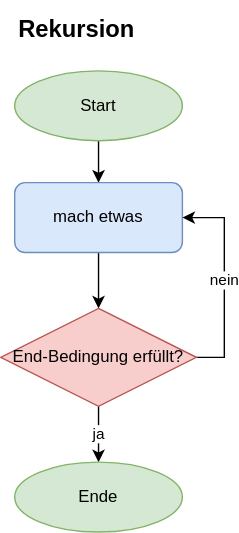
This is Portfolio/diagramme/rekursion.svg from jonahsebright/EFI, a draw.io export, as it was before one commit. Source tidied: cells renumbered, new cells last; positions are measured from the earlier drawing's top-left corner, leaving out a move shared by most shapes. Source of this version:
```xml
<mxGraphModel>
  <root>
    <mxCell id="0" />
    <mxCell id="1" parent="0" />
    <mxCell id="2" value="&lt;h1 style=&quot;font-size: 17px;&quot;&gt;Rekursion&lt;/h1&gt;&lt;p style=&quot;font-size: 17px;&quot;&gt;&lt;br style=&quot;font-size: 17px;&quot;&gt;&lt;/p&gt;" style="text;html=1;strokeColor=none;fillColor=none;spacing=5;spacingTop=-20;whiteSpace=wrap;overflow=hidden;rounded=0;fontSize=17;" parent="1" vertex="1">
      <mxGeometry x="7.5" width="120" height="30" as="geometry" />
    </mxCell>
    <mxCell id="3" style="edgeStyle=orthogonalEdgeStyle;rounded=0;jettySize=auto;html=1;entryX=0.5;entryY=0;entryDx=0;entryDy=0;" parent="1" edge="1" source="4" target="6">
      <mxGeometry relative="1" as="geometry" />
    </mxCell>
    <mxCell id="4" value="Start" style="ellipse;whiteSpace=wrap;html=1;fillColor=#d5e8d4;strokeColor=#82b366;" parent="1" vertex="1">
      <mxGeometry x="10" y="40" width="120" height="50" as="geometry" />
    </mxCell>
    <mxCell id="5" style="edgeStyle=orthogonalEdgeStyle;rounded=0;jettySize=auto;html=1;entryX=0.5;entryY=0;entryDx=0;entryDy=0;" parent="1" edge="1" source="6" target="9">
      <mxGeometry relative="1" as="geometry" />
    </mxCell>
    <mxCell id="6" value="mach etwas" style="rounded=1;whiteSpace=wrap;html=1;fillColor=#dae8fc;strokeColor=#6c8ebf;" parent="1" vertex="1">
      <mxGeometry x="10" y="120" width="120" height="50" as="geometry" />
    </mxCell>
    <mxCell id="7" value="nein" style="edgeStyle=orthogonalEdgeStyle;rounded=0;jettySize=auto;html=1;entryX=1;entryY=0.5;entryDx=0;entryDy=0;exitX=1;exitY=0.5;exitDx=0;exitDy=0;" parent="1" edge="1" source="9" target="6">
      <mxGeometry relative="1" as="geometry" />
    </mxCell>
    <mxCell id="8" value="ja" style="edgeStyle=orthogonalEdgeStyle;rounded=0;jettySize=auto;html=1;" parent="1" edge="1" source="9" target="10">
      <mxGeometry relative="1" as="geometry" />
    </mxCell>
    <mxCell id="9" value="End-Bedingung erfüllt?" style="rhombus;whiteSpace=wrap;html=1;fillColor=#f8cecc;strokeColor=#b85450;" parent="1" vertex="1">
      <mxGeometry y="210" width="140" height="70" as="geometry" />
    </mxCell>
    <mxCell id="10" value="Ende" style="ellipse;whiteSpace=wrap;html=1;fillColor=#d5e8d4;strokeColor=#82b366;" parent="1" vertex="1">
      <mxGeometry x="10" y="320" width="120" height="50" as="geometry" />
    </mxCell>
  </root>
</mxGraphModel>
```
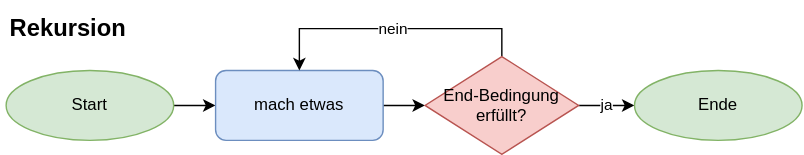
The same file after the commit.

Diff of the diagram source:
```diff
@@ -5,29 +5,35 @@
     <mxCell id="2" value="&lt;h1 style=&quot;font-size: 17px;&quot;&gt;Rekursion&lt;/h1&gt;&lt;p style=&quot;font-size: 17px;&quot;&gt;&lt;br style=&quot;font-size: 17px;&quot;&gt;&lt;/p&gt;" style="text;html=1;strokeColor=none;fillColor=none;spacing=5;spacingTop=-20;whiteSpace=wrap;overflow=hidden;rounded=0;fontSize=17;" parent="1" vertex="1">
       <mxGeometry x="7.5" width="120" height="30" as="geometry" />
     </mxCell>
-    <mxCell id="3" style="edgeStyle=orthogonalEdgeStyle;rounded=0;jettySize=auto;html=1;entryX=0.5;entryY=0;entryDx=0;entryDy=0;" parent="1" edge="1" source="4" target="6">
+    <mxCell id="3" style="edgeStyle=orthogonalEdgeStyle;rounded=0;jettySize=auto;html=1;entryX=0;entryY=0.5;entryDx=0;entryDy=0;" parent="1" edge="1" source="4" target="6">
       <mxGeometry relative="1" as="geometry" />
     </mxCell>
     <mxCell id="4" value="Start" style="ellipse;whiteSpace=wrap;html=1;fillColor=#d5e8d4;strokeColor=#82b366;" parent="1" vertex="1">
       <mxGeometry x="10" y="40" width="120" height="50" as="geometry" />
     </mxCell>
-    <mxCell id="5" style="edgeStyle=orthogonalEdgeStyle;rounded=0;jettySize=auto;html=1;entryX=0.5;entryY=0;entryDx=0;entryDy=0;" parent="1" edge="1" source="6" target="9">
+    <mxCell id="5" style="edgeStyle=orthogonalEdgeStyle;rounded=0;jettySize=auto;html=1;entryX=0;entryY=0.5;entryDx=0;entryDy=0;" parent="1" edge="1" source="6" target="9">
       <mxGeometry relative="1" as="geometry" />
     </mxCell>
     <mxCell id="6" value="mach etwas" style="rounded=1;whiteSpace=wrap;html=1;fillColor=#dae8fc;strokeColor=#6c8ebf;" parent="1" vertex="1">
-      <mxGeometry x="10" y="120" width="120" height="50" as="geometry" />
+      <mxGeometry x="160" y="40" width="120" height="50" as="geometry" />
     </mxCell>
-    <mxCell id="7" value="nein" style="edgeStyle=orthogonalEdgeStyle;rounded=0;jettySize=auto;html=1;entryX=1;entryY=0.5;entryDx=0;entryDy=0;exitX=1;exitY=0.5;exitDx=0;exitDy=0;" parent="1" edge="1" source="9" target="6">
-      <mxGeometry relative="1" as="geometry" />
+    <mxCell id="7" value="nein" style="edgeStyle=orthogonalEdgeStyle;rounded=0;jettySize=auto;html=1;exitX=0.5;exitY=0;exitDx=0;exitDy=0;" parent="1" edge="1" source="9">
+      <mxGeometry relative="1" as="geometry">
+        <mxPoint x="220" y="40" as="targetPoint" />
+        <Array as="points">
+          <mxPoint x="365" y="10" />
+          <mxPoint x="220" y="10" />
+        </Array>
+      </mxGeometry>
     </mxCell>
     <mxCell id="8" value="ja" style="edgeStyle=orthogonalEdgeStyle;rounded=0;jettySize=auto;html=1;" parent="1" edge="1" source="9" target="10">
       <mxGeometry relative="1" as="geometry" />
     </mxCell>
     <mxCell id="9" value="End-Bedingung erfüllt?" style="rhombus;whiteSpace=wrap;html=1;fillColor=#f8cecc;strokeColor=#b85450;" parent="1" vertex="1">
-      <mxGeometry y="210" width="140" height="70" as="geometry" />
+      <mxGeometry x="310" y="30" width="110" height="70" as="geometry" />
     </mxCell>
     <mxCell id="10" value="Ende" style="ellipse;whiteSpace=wrap;html=1;fillColor=#d5e8d4;strokeColor=#82b366;" parent="1" vertex="1">
-      <mxGeometry x="10" y="320" width="120" height="50" as="geometry" />
+      <mxGeometry x="460" y="40" width="120" height="50" as="geometry" />
     </mxCell>
   </root>
 </mxGraphModel>
```
